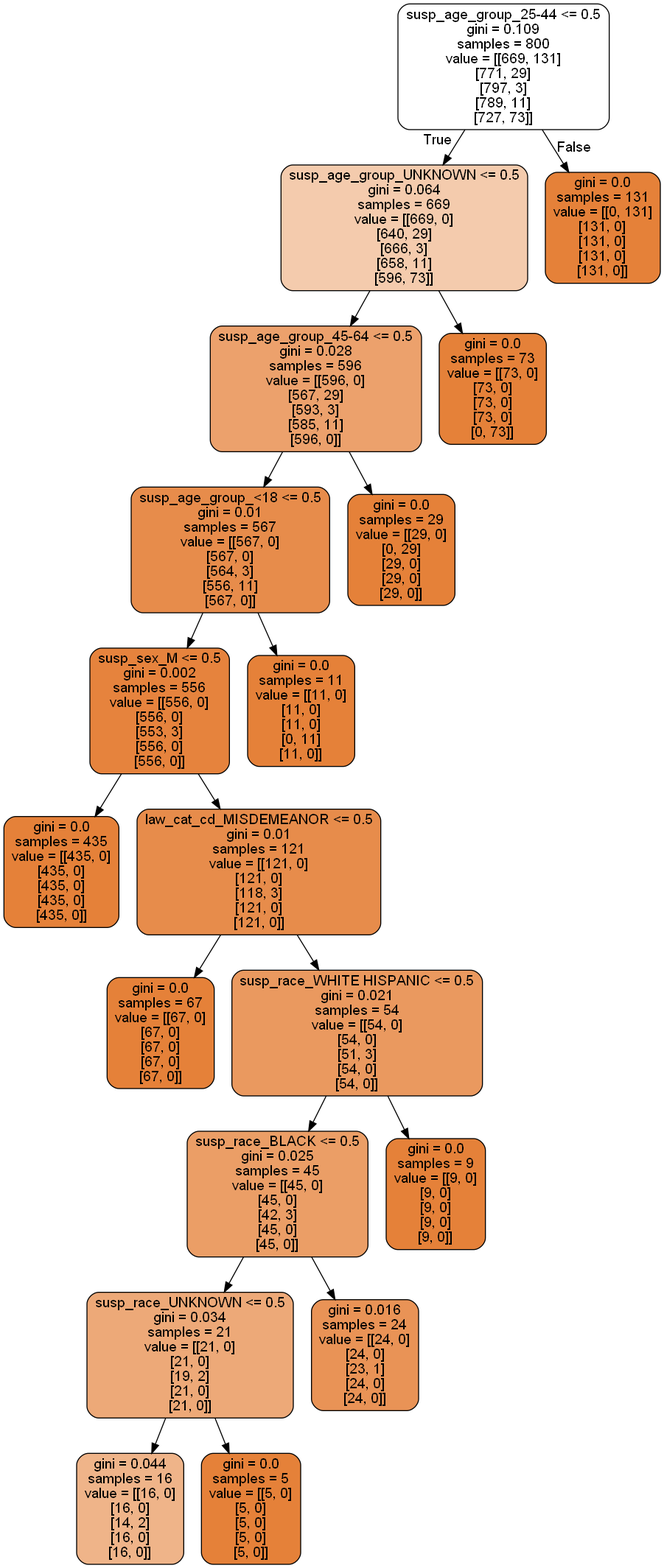
Above: imagenes/tree.png in miguegallardo16/NY-crimes (Graphviz), before the change. Its source is kept beside it as tree.dot. Source of this version:
```dot
digraph Tree {
node [shape=box, style="filled, rounded", color="black", fontname=helvetica] ;
edge [fontname=helvetica] ;
0 [label="susp_age_group_25-44 <= 0.5\ngini = 0.109\nsamples = 800\nvalue = [[669, 131]\n[771, 29]\n[797, 3]\n[789, 11]\n[727, 73]]", fillcolor="#ffffff"] ;
1 [label="susp_age_group_UNKNOWN <= 0.5\ngini = 0.064\nsamples = 669\nvalue = [[669, 0]\n[640, 29]\n[666, 3]\n[658, 11]\n[596, 73]]", fillcolor="#f4cbad"] ;
0 -> 1 [labeldistance=2.5, labelangle=45, headlabel="True"] ;
2 [label="susp_age_group_45-64 <= 0.5\ngini = 0.028\nsamples = 596\nvalue = [[596, 0]\n[567, 29]\n[593, 3]\n[585, 11]\n[596, 0]]", fillcolor="#eca16c"] ;
1 -> 2 ;
3 [label="susp_age_group_<18 <= 0.5\ngini = 0.01\nsamples = 567\nvalue = [[567, 0]\n[567, 0]\n[564, 3]\n[556, 11]\n[567, 0]]", fillcolor="#e78c4b"] ;
2 -> 3 ;
4 [label="susp_sex_M <= 0.5\ngini = 0.002\nsamples = 556\nvalue = [[556, 0]\n[556, 0]\n[553, 3]\n[556, 0]\n[556, 0]]", fillcolor="#e6833d"] ;
3 -> 4 ;
5 [label="gini = 0.0\nsamples = 435\nvalue = [[435, 0]\n[435, 0]\n[435, 0]\n[435, 0]\n[435, 0]]", fillcolor="#e58139"] ;
4 -> 5 ;
6 [label="law_cat_cd_MISDEMEANOR <= 0.5\ngini = 0.01\nsamples = 121\nvalue = [[121, 0]\n[121, 0]\n[118, 3]\n[121, 0]\n[121, 0]]", fillcolor="#e78c4b"] ;
4 -> 6 ;
7 [label="gini = 0.0\nsamples = 67\nvalue = [[67, 0]\n[67, 0]\n[67, 0]\n[67, 0]\n[67, 0]]", fillcolor="#e58139"] ;
6 -> 7 ;
8 [label="susp_race_WHITE HISPANIC <= 0.5\ngini = 0.021\nsamples = 54\nvalue = [[54, 0]\n[54, 0]\n[51, 3]\n[54, 0]\n[54, 0]]", fillcolor="#ea995f"] ;
6 -> 8 ;
9 [label="susp_race_BLACK <= 0.5\ngini = 0.025\nsamples = 45\nvalue = [[45, 0]\n[45, 0]\n[42, 3]\n[45, 0]\n[45, 0]]", fillcolor="#eb9e66"] ;
8 -> 9 ;
10 [label="susp_race_UNKNOWN <= 0.5\ngini = 0.034\nsamples = 21\nvalue = [[21, 0]\n[21, 0]\n[19, 2]\n[21, 0]\n[21, 0]]", fillcolor="#eda978"] ;
9 -> 10 ;
11 [label="gini = 0.044\nsamples = 16\nvalue = [[16, 0]\n[16, 0]\n[14, 2]\n[16, 0]\n[16, 0]]", fillcolor="#efb489"] ;
10 -> 11 ;
12 [label="gini = 0.0\nsamples = 5\nvalue = [[5, 0]\n[5, 0]\n[5, 0]\n[5, 0]\n[5, 0]]", fillcolor="#e58139"] ;
10 -> 12 ;
13 [label="gini = 0.016\nsamples = 24\nvalue = [[24, 0]\n[24, 0]\n[23, 1]\n[24, 0]\n[24, 0]]", fillcolor="#e99356"] ;
9 -> 13 ;
14 [label="gini = 0.0\nsamples = 9\nvalue = [[9, 0]\n[9, 0]\n[9, 0]\n[9, 0]\n[9, 0]]", fillcolor="#e58139"] ;
8 -> 14 ;
15 [label="gini = 0.0\nsamples = 11\nvalue = [[11, 0]\n[11, 0]\n[11, 0]\n[0, 11]\n[11, 0]]", fillcolor="#e58139"] ;
3 -> 15 ;
16 [label="gini = 0.0\nsamples = 29\nvalue = [[29, 0]\n[0, 29]\n[29, 0]\n[29, 0]\n[29, 0]]", fillcolor="#e58139"] ;
2 -> 16 ;
17 [label="gini = 0.0\nsamples = 73\nvalue = [[73, 0]\n[73, 0]\n[73, 0]\n[73, 0]\n[0, 73]]", fillcolor="#e58139"] ;
1 -> 17 ;
18 [label="gini = 0.0\nsamples = 131\nvalue = [[0, 131]\n[131, 0]\n[131, 0]\n[131, 0]\n[131, 0]]", fillcolor="#e58139"] ;
0 -> 18 [labeldistance=2.5, labelangle=-45, headlabel="False"] ;
}
```
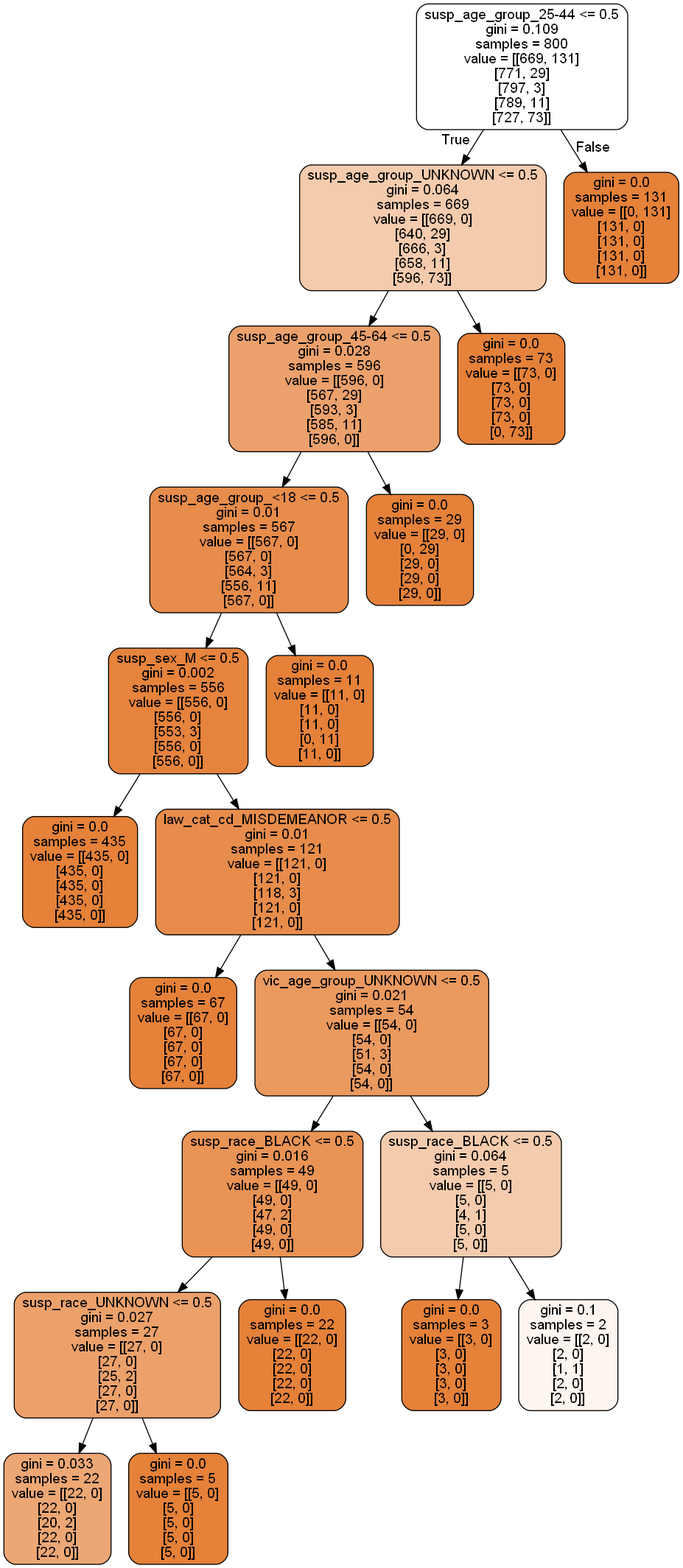
The same file after the commit.

The edit, as a diff of the source:
```diff
@@ -16,26 +16,30 @@
 4 -> 6 ;
 7 [label="gini = 0.0\nsamples = 67\nvalue = [[67, 0]\n[67, 0]\n[67, 0]\n[67, 0]\n[67, 0]]", fillcolor="#e58139"] ;
 6 -> 7 ;
-8 [label="susp_race_WHITE HISPANIC <= 0.5\ngini = 0.021\nsamples = 54\nvalue = [[54, 0]\n[54, 0]\n[51, 3]\n[54, 0]\n[54, 0]]", fillcolor="#ea995f"] ;
+8 [label="vic_age_group_UNKNOWN <= 0.5\ngini = 0.021\nsamples = 54\nvalue = [[54, 0]\n[54, 0]\n[51, 3]\n[54, 0]\n[54, 0]]", fillcolor="#ea995f"] ;
 6 -> 8 ;
-9 [label="susp_race_BLACK <= 0.5\ngini = 0.025\nsamples = 45\nvalue = [[45, 0]\n[45, 0]\n[42, 3]\n[45, 0]\n[45, 0]]", fillcolor="#eb9e66"] ;
+9 [label="susp_race_BLACK <= 0.5\ngini = 0.016\nsamples = 49\nvalue = [[49, 0]\n[49, 0]\n[47, 2]\n[49, 0]\n[49, 0]]", fillcolor="#e99355"] ;
 8 -> 9 ;
-10 [label="susp_race_UNKNOWN <= 0.5\ngini = 0.034\nsamples = 21\nvalue = [[21, 0]\n[21, 0]\n[19, 2]\n[21, 0]\n[21, 0]]", fillcolor="#eda978"] ;
+10 [label="susp_race_UNKNOWN <= 0.5\ngini = 0.027\nsamples = 27\nvalue = [[27, 0]\n[27, 0]\n[25, 2]\n[27, 0]\n[27, 0]]", fillcolor="#eca16b"] ;
 9 -> 10 ;
-11 [label="gini = 0.044\nsamples = 16\nvalue = [[16, 0]\n[16, 0]\n[14, 2]\n[16, 0]\n[16, 0]]", fillcolor="#efb489"] ;
+11 [label="gini = 0.033\nsamples = 22\nvalue = [[22, 0]\n[22, 0]\n[20, 2]\n[22, 0]\n[22, 0]]", fillcolor="#eda775"] ;
 10 -> 11 ;
 12 [label="gini = 0.0\nsamples = 5\nvalue = [[5, 0]\n[5, 0]\n[5, 0]\n[5, 0]\n[5, 0]]", fillcolor="#e58139"] ;
 10 -> 12 ;
-13 [label="gini = 0.016\nsamples = 24\nvalue = [[24, 0]\n[24, 0]\n[23, 1]\n[24, 0]\n[24, 0]]", fillcolor="#e99356"] ;
+13 [label="gini = 0.0\nsamples = 22\nvalue = [[22, 0]\n[22, 0]\n[22, 0]\n[22, 0]\n[22, 0]]", fillcolor="#e58139"] ;
 9 -> 13 ;
-14 [label="gini = 0.0\nsamples = 9\nvalue = [[9, 0]\n[9, 0]\n[9, 0]\n[9, 0]\n[9, 0]]", fillcolor="#e58139"] ;
+14 [label="susp_race_BLACK <= 0.5\ngini = 0.064\nsamples = 5\nvalue = [[5, 0]\n[5, 0]\n[4, 1]\n[5, 0]\n[5, 0]]", fillcolor="#f4cbad"] ;
 8 -> 14 ;
-15 [label="gini = 0.0\nsamples = 11\nvalue = [[11, 0]\n[11, 0]\n[11, 0]\n[0, 11]\n[11, 0]]", fillcolor="#e58139"] ;
-3 -> 15 ;
-16 [label="gini = 0.0\nsamples = 29\nvalue = [[29, 0]\n[0, 29]\n[29, 0]\n[29, 0]\n[29, 0]]", fillcolor="#e58139"] ;
-2 -> 16 ;
-17 [label="gini = 0.0\nsamples = 73\nvalue = [[73, 0]\n[73, 0]\n[73, 0]\n[73, 0]\n[0, 73]]", fillcolor="#e58139"] ;
-1 -> 17 ;
-18 [label="gini = 0.0\nsamples = 131\nvalue = [[0, 131]\n[131, 0]\n[131, 0]\n[131, 0]\n[131, 0]]", fillcolor="#e58139"] ;
-0 -> 18 [labeldistance=2.5, labelangle=-45, headlabel="False"] ;
+15 [label="gini = 0.0\nsamples = 3\nvalue = [[3, 0]\n[3, 0]\n[3, 0]\n[3, 0]\n[3, 0]]", fillcolor="#e58139"] ;
+14 -> 15 ;
+16 [label="gini = 0.1\nsamples = 2\nvalue = [[2, 0]\n[2, 0]\n[1, 1]\n[2, 0]\n[2, 0]]", fillcolor="#fdf5ef"] ;
+14 -> 16 ;
+17 [label="gini = 0.0\nsamples = 11\nvalue = [[11, 0]\n[11, 0]\n[11, 0]\n[0, 11]\n[11, 0]]", fillcolor="#e58139"] ;
+3 -> 17 ;
+18 [label="gini = 0.0\nsamples = 29\nvalue = [[29, 0]\n[0, 29]\n[29, 0]\n[29, 0]\n[29, 0]]", fillcolor="#e58139"] ;
+2 -> 18 ;
+19 [label="gini = 0.0\nsamples = 73\nvalue = [[73, 0]\n[73, 0]\n[73, 0]\n[73, 0]\n[0, 73]]", fillcolor="#e58139"] ;
+1 -> 19 ;
+20 [label="gini = 0.0\nsamples = 131\nvalue = [[0, 131]\n[131, 0]\n[131, 0]\n[131, 0]\n[131, 0]]", fillcolor="#e58139"] ;
+0 -> 20 [labeldistance=2.5, labelangle=-45, headlabel="False"] ;
 }
```
